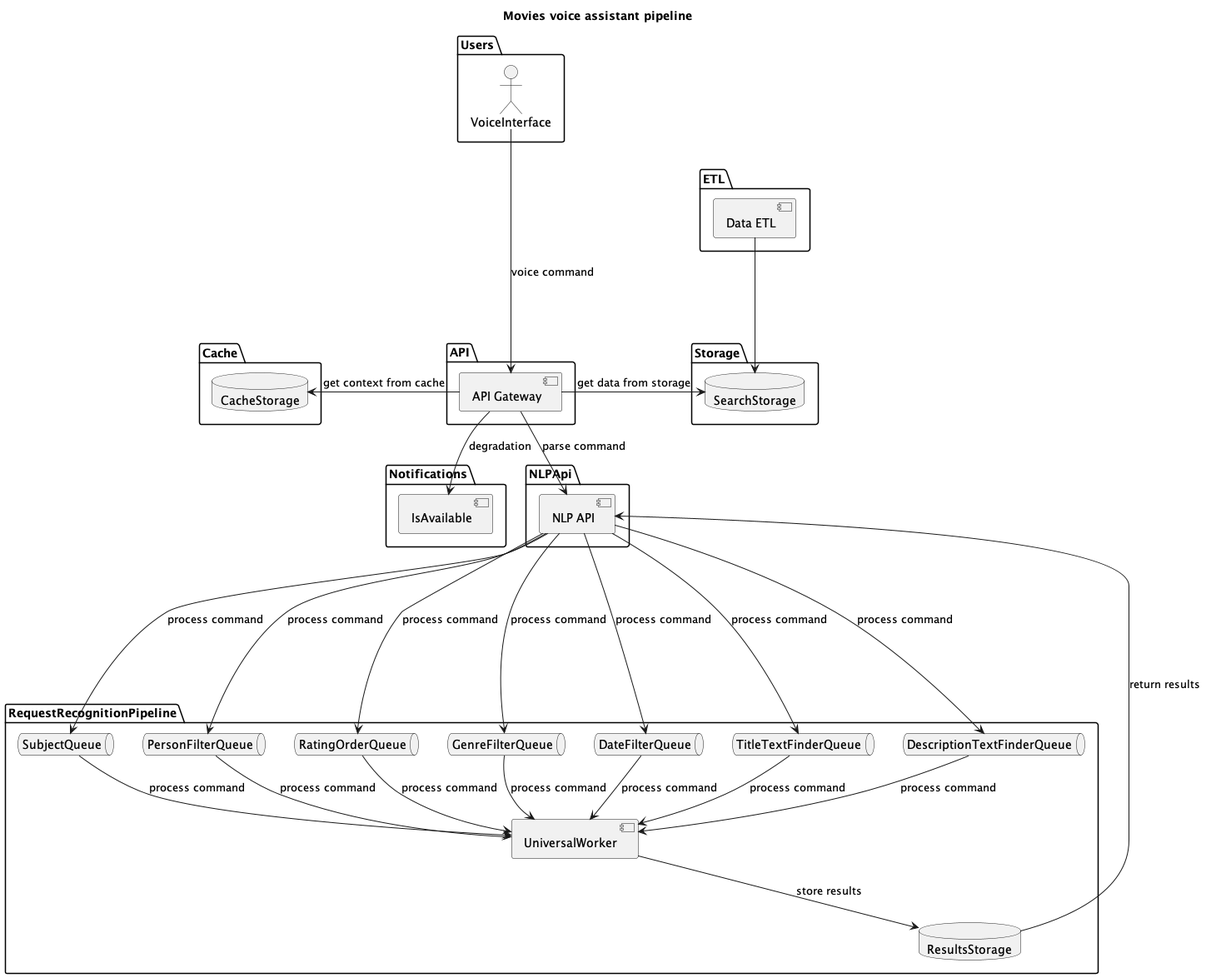
This is docs/s2-project-_b_Movies_voice_assistant_pipeline__b_.png from artwist-polyakov/voice_assistant_midpy, a PlantUML export, as it was before one commit.
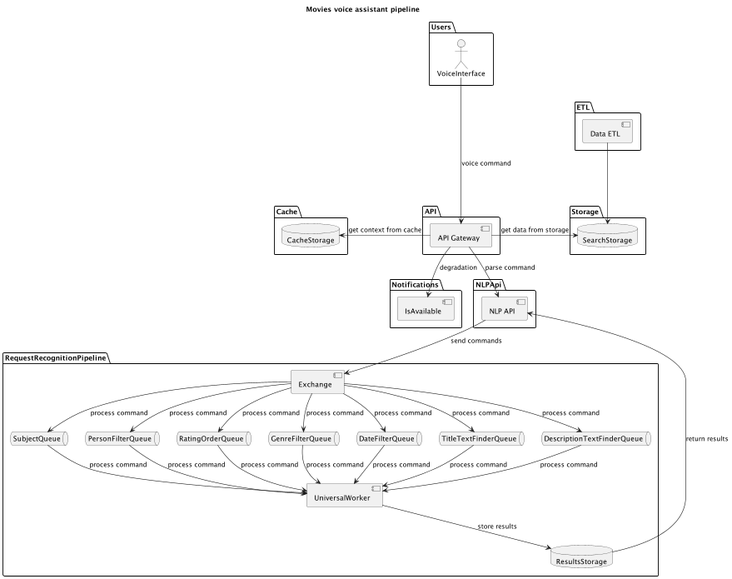
After the change.

Commit message:
обновляет схему

Diff of the diagram source:
```diff
@@ -34,6 +34,7 @@
 }
 
 package RequestRecognitionPipeline {
+    [Exchange]
     queue SubjectQueue
     queue PersonFilterQueue
     queue RatingOrderQueue
@@ -47,13 +48,14 @@
 
 VoiceInterface --down--> [API Gateway] : voice command
 [API Gateway] --> [NLP API] : parse command
-[NLP API] --down--> SubjectQueue : process command
-[NLP API] --down-->  PersonFilterQueue : process command
-[NLP API] --down-->  RatingOrderQueue : process command
-[NLP API] --down-->  GenreFilterQueue : process command
-[NLP API] --down--> DateFilterQueue : process command
-[NLP API] --down-->  TitleTextFinderQueue : process command
-[NLP API] --down-->  DescriptionTextFinderQueue : process command
+[NLP API] -down-> [Exchange] : send commands
+[Exchange] --> SubjectQueue : process command
+[Exchange] -->  PersonFilterQueue : process command
+[Exchange] -->  RatingOrderQueue : process command
+[Exchange] -->  GenreFilterQueue : process command
+[Exchange] --> DateFilterQueue : process command
+[Exchange] -->  TitleTextFinderQueue : process command
+[Exchange] -->  DescriptionTextFinderQueue : process command
 SubjectQueue --> [UniversalWorker] : process command
 PersonFilterQueue --> [UniversalWorker] : process command
 RatingOrderQueue --> [UniversalWorker] : process command
```
